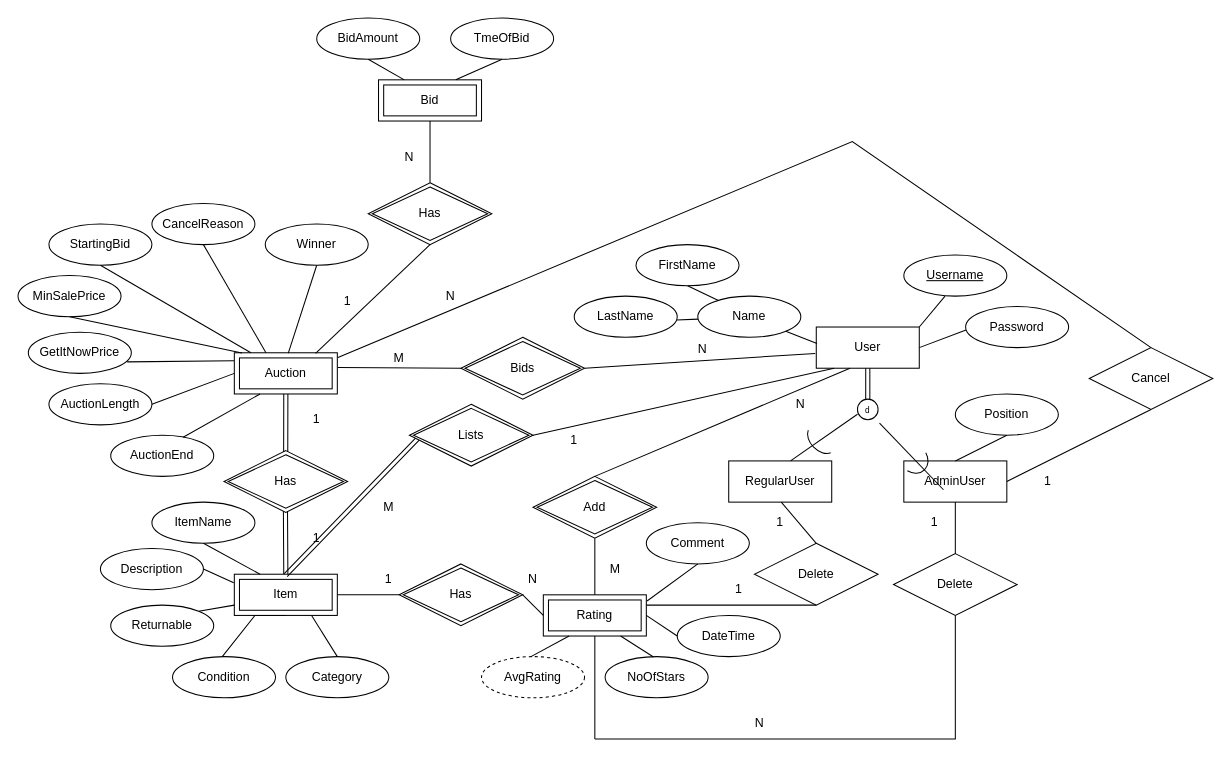
This is Phase_1/EER/eer_jnaranjo9.drawio from leileili1010/Buzzbid, a draw.io file, before an edit. Source tidied: cells renumbered, new cells numbered last; positions are measured from the earlier drawing's top-left corner, leaving out a move shared by most shapes. Both pictures are drawn from the tidied source at 103%, with x=0, y=0 at pixel (18, 18).
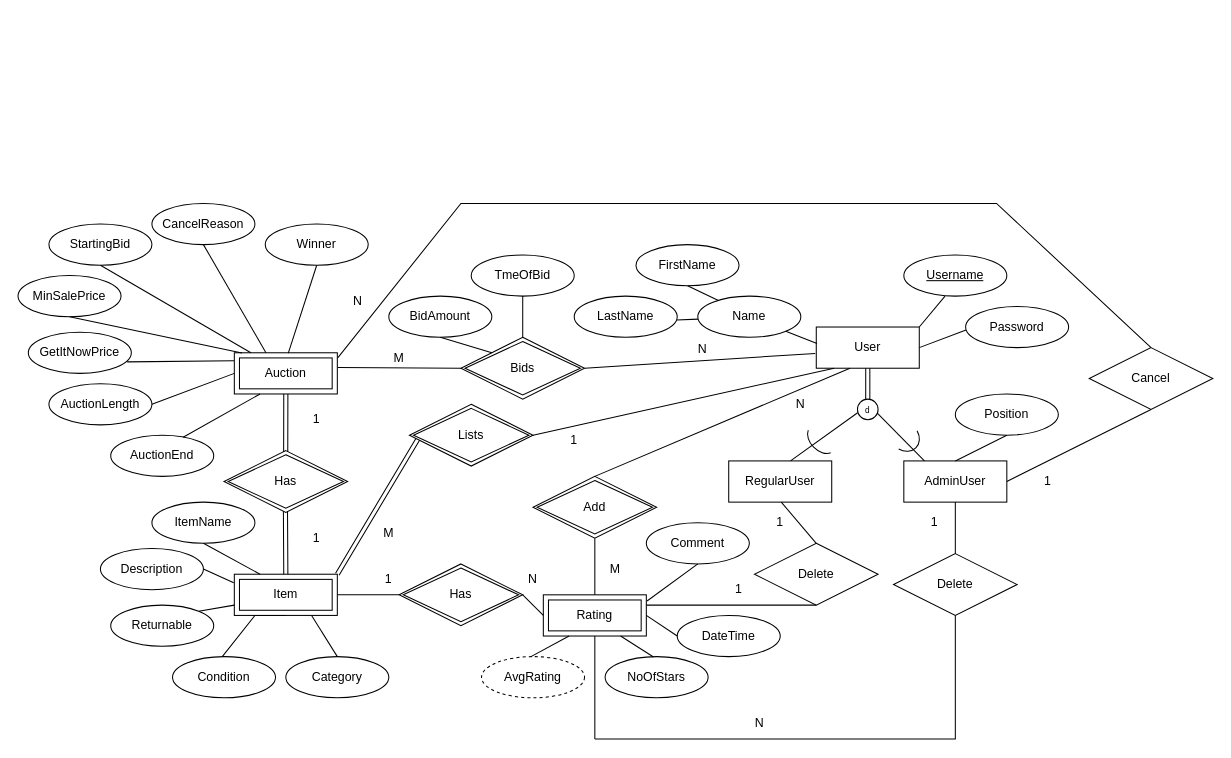
The same diagram, later.

Commit message:
Remove Bid entity and move attributes to Bids relationship

Unchanged cells that the change refers to:
```xml
<mxCell id="6" value="&lt;font style=&quot;font-size: 8px;&quot;&gt;d&lt;/font&gt;" style="ellipse;whiteSpace=wrap;html=1;align=center;" parent="1" vertex="1">
  <mxGeometry x="815" y="370" width="20" height="20" as="geometry" />
</mxCell>
<mxCell id="25" value="Item" style="shape=ext;margin=3;double=1;whiteSpace=wrap;html=1;align=center;" parent="1" vertex="1">
  <mxGeometry x="210" y="540" width="100" height="40" as="geometry" />
</mxCell>
<mxCell id="26" value="Bids" style="shape=rhombus;double=1;perimeter=rhombusPerimeter;whiteSpace=wrap;html=1;align=center;" parent="1" vertex="1">
  <mxGeometry x="430" y="310" width="120" height="60" as="geometry" />
</mxCell>
<mxCell id="38" value="Auction" style="shape=ext;margin=3;double=1;whiteSpace=wrap;html=1;align=center;" parent="1" vertex="1">
  <mxGeometry x="210" y="325" width="100" height="40" as="geometry" />
</mxCell>
<mxCell id="63" value="Lists" style="shape=rhombus;double=1;perimeter=rhombusPerimeter;whiteSpace=wrap;html=1;align=center;" parent="1" vertex="1">
  <mxGeometry x="380" y="375" width="120" height="60" as="geometry" />
</mxCell>
<mxCell id="68" value="Cancel" style="shape=rhombus;perimeter=rhombusPerimeter;whiteSpace=wrap;html=1;align=center;" parent="1" vertex="1">
  <mxGeometry x="1040" y="320" width="120" height="60" as="geometry" />
</mxCell>
<mxCell id="105" style="group;" parent="1" vertex="1">
  <mxGeometry x="750" y="384.7" width="65" height="45.3" as="geometry" />
</mxCell>
```

The edit, as a diff of the source:
```diff
@@
-    <mxCell id="31" style="shape=link;html=1;rounded=0;entryX=0.075;entryY=0.542;entryDx=0;entryDy=0;exitX=0.499;exitY=0.021;exitDx=0;exitDy=0;exitPerimeter=0;entryPerimeter=0;" parent="1" edge="1" source="25" target="63">
+    <mxCell id="31" style="shape=link;html=1;rounded=0;entryX=0.075;entryY=0.542;entryDx=0;entryDy=0;entryPerimeter=0;exitX=1;exitY=0;exitDx=0;exitDy=0;" parent="1" edge="1" source="25" target="63">
       <mxGeometry relative="1" as="geometry" />
     </mxCell>
@@
     <mxCell id="34" value="M" style="text;html=1;strokeColor=none;fillColor=none;align=center;verticalAlign=middle;whiteSpace=wrap;rounded=0;" parent="1" vertex="1">
-      <mxGeometry x="330" y="460" width="60" height="30" as="geometry" />
+      <mxGeometry x="330" y="485" width="60" height="30" as="geometry" />
     </mxCell>
@@
-    <mxCell id="53" value="Bid" style="shape=ext;margin=3;double=1;whiteSpace=wrap;html=1;align=center;" parent="1" vertex="1">
-      <mxGeometry x="350" y="60" width="100" height="40" as="geometry" />
-    </mxCell>
-    <mxCell id="54" value="Has" style="shape=rhombus;double=1;perimeter=rhombusPerimeter;whiteSpace=wrap;html=1;align=center;" parent="1" vertex="1">
-      <mxGeometry x="340" y="160" width="120" height="60" as="geometry" />
-    </mxCell>
-    <mxCell id="55" value="1" style="text;html=1;strokeColor=none;fillColor=none;align=center;verticalAlign=middle;whiteSpace=wrap;rounded=0;" parent="1" vertex="1">
-      <mxGeometry x="290" y="260" width="60" height="30" as="geometry" />
-    </mxCell>
-    <mxCell id="56" value="N" style="text;html=1;strokeColor=none;fillColor=none;align=center;verticalAlign=middle;whiteSpace=wrap;rounded=0;" parent="1" vertex="1">
-      <mxGeometry x="350" y="120" width="60" height="30" as="geometry" />
-    </mxCell>
     <mxCell id="57" value="BidAmount" style="ellipse;whiteSpace=wrap;html=1;align=center;" parent="1" vertex="1">
-      <mxGeometry x="290" width="100" height="40" as="geometry" />
+      <mxGeometry x="360" y="270" width="100" height="40" as="geometry" />
     </mxCell>
     <mxCell id="58" value="TmeOfBid" style="ellipse;whiteSpace=wrap;html=1;align=center;" parent="1" vertex="1">
-      <mxGeometry x="420" width="100" height="40" as="geometry" />
+      <mxGeometry x="440" y="230" width="100" height="40" as="geometry" />
     </mxCell>
-    <mxCell id="59" style="endArrow=none;html=1;rounded=0;exitX=0.5;exitY=1;exitDx=0;exitDy=0;entryX=0.25;entryY=0;entryDx=0;entryDy=0;" parent="1" edge="1" source="57" target="53">
+    <mxCell id="59" style="endArrow=none;html=1;rounded=0;exitX=0.5;exitY=1;exitDx=0;exitDy=0;entryX=0;entryY=0;entryDx=0;entryDy=0;" parent="1" edge="1" source="57" target="26">
       <mxGeometry relative="1" as="geometry" />
     </mxCell>
-    <mxCell id="60" style="endArrow=none;html=1;rounded=0;exitX=0.5;exitY=1;exitDx=0;exitDy=0;entryX=0.75;entryY=0;entryDx=0;entryDy=0;" parent="1" edge="1" source="58" target="53">
+    <mxCell id="60" style="endArrow=none;html=1;rounded=0;exitX=0.5;exitY=1;exitDx=0;exitDy=0;entryX=0.5;entryY=0;entryDx=0;entryDy=0;" parent="1" edge="1" source="58" target="26">
       <mxGeometry relative="1" as="geometry" />
     </mxCell>
@@
     <mxCell id="70" style="endArrow=none;html=1;rounded=0;entryX=0.5;entryY=0;entryDx=0;entryDy=0;exitX=1.006;exitY=0.117;exitDx=0;exitDy=0;exitPerimeter=0;" parent="1" edge="1" source="38" target="68">
       <mxGeometry relative="1" as="geometry">
         <Array as="points">
-          <mxPoint x="810" y="120" />
+          <mxPoint x="430" y="180" />
+          <mxPoint x="950" y="180" />
         </Array>
       </mxGeometry>
     </mxCell>
@@
     <mxCell id="72" value="N" style="text;html=1;strokeColor=none;fillColor=none;align=center;verticalAlign=middle;whiteSpace=wrap;rounded=0;" parent="1" vertex="1">
-      <mxGeometry x="390" y="255" width="60" height="30" as="geometry" />
+      <mxGeometry x="300" y="260" width="60" height="30" as="geometry" />
     </mxCell>
@@
-    <mxCell id="103" style="endArrow=none;html=1;rounded=0;entryX=0.5;entryY=1;entryDx=0;entryDy=0;exitX=0.789;exitY=0.017;exitDx=0;exitDy=0;exitPerimeter=0;" parent="1" edge="1" source="38" target="54">
-      <mxGeometry relative="1" as="geometry" />
-    </mxCell>
-    <mxCell id="104" style="endArrow=none;html=1;rounded=0;entryX=0.5;entryY=1;entryDx=0;entryDy=0;exitX=0.5;exitY=0;exitDx=0;exitDy=0;" parent="1" edge="1" source="54" target="53">
-      <mxGeometry relative="1" as="geometry" />
-    </mxCell>
@@
-    <mxCell id="107" style="endArrow=none;html=1;rounded=0;" parent="105" edge="1">
+    <mxCell id="107" style="endArrow=none;html=1;rounded=0;entryX=0.008;entryY=0.663;entryDx=0;entryDy=0;entryPerimeter=0;" parent="105" edge="1" target="6">
       <mxGeometry relative="1" as="geometry">
         <mxPoint y="45.3" as="sourcePoint" />
-        <mxPoint x="65" as="targetPoint" />
       </mxGeometry>
     </mxCell>
     <mxCell id="108" style="group;rotation=-90;" parent="1" vertex="1">
-      <mxGeometry x="844.9" y="370.1" width="52.6" height="62.6" as="geometry" />
+      <mxGeometry x="857.4" y="376" width="52.6" height="62.6" as="geometry" />
     </mxCell>
     <mxCell id="109" style="verticalLabelPosition=bottom;verticalAlign=top;html=1;shape=mxgraph.basic.arc;startAngle=0.3;endAngle=0.7021571216913014;rotation=-45;" parent="108" vertex="1">
-      <mxGeometry x="11" y="41.7" width="26.3" height="31.3" as="geometry" />
+      <mxGeometry x="-9.9" y="14.6" width="26.3" height="31.3" as="geometry" />
     </mxCell>
-    <mxCell id="110" style="endArrow=none;html=1;rounded=0;" parent="108" edge="1">
+    <mxCell id="110" style="endArrow=none;html=1;rounded=0;entryX=0.95;entryY=0.663;entryDx=0;entryDy=0;entryPerimeter=0;" parent="1" edge="1" target="6">
       <mxGeometry relative="1" as="geometry">
-        <mxPoint x="53.6" y="87.9" as="sourcePoint" />
-        <mxPoint x="-8.5" y="23.2" as="targetPoint" />
+        <mxPoint x="880" y="430" as="sourcePoint" />
       </mxGeometry>
     </mxCell>
```
